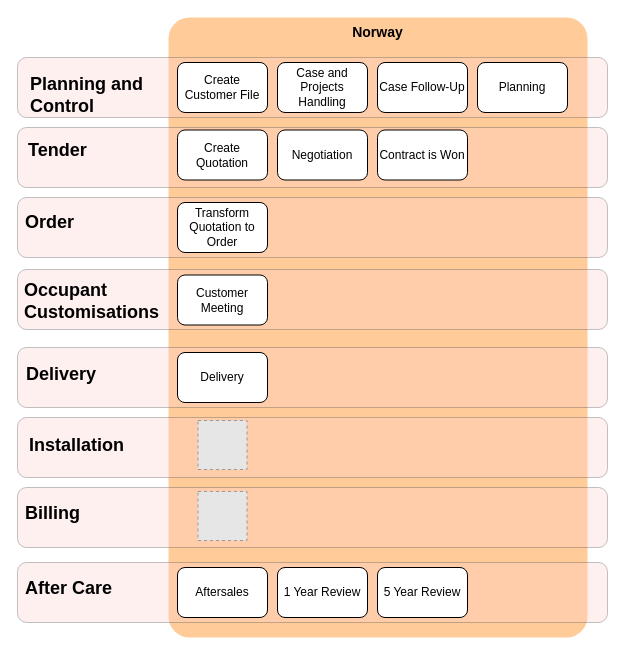
The draw.io diagram page "Project Norway" (5 of 10) of Commercial Model.drawio in mrf742002/Diagrams, before the edit. Source tidied: cells renumbered, new cells numbered last; positions are measured from the earlier drawing's top-left corner, leaving out a move shared by most shapes. Both pictures are drawn from the tidied source at 100%, with x=0, y=0 at pixel (17, 17). Pictures stored in the file or linked from it are replaced by grey dashed boxes.
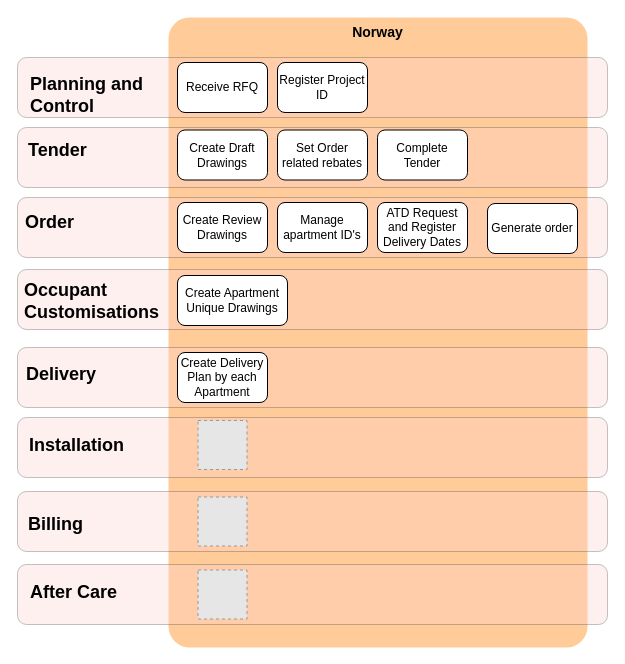
The same page after the edit.

What changed in the source:
```diff
@@
-    <mxCell id="0" />
-    <mxCell id="1" parent="0" />
+    <mxCell id="34" />
+    <mxCell id="35" parent="34" />
-    <mxCell id="2" value="&lt;font style=&quot;font-size: 14px&quot;&gt;Norway&lt;/font&gt;" style="rounded=1;whiteSpace=wrap;html=1;fillColor=#ffcc99;strokeColor=none;verticalAlign=top;fontStyle=1;arcSize=5;" parent="1" vertex="1">
-      <mxGeometry x="151" width="419" height="620" as="geometry" />
+    <mxCell id="2" value="&lt;font style=&quot;font-size: 14px&quot;&gt;Norway&lt;/font&gt;" style="rounded=1;whiteSpace=wrap;html=1;fillColor=#ffcc99;strokeColor=none;verticalAlign=top;fontStyle=1;arcSize=5;" parent="35" vertex="1">
+      <mxGeometry x="151" width="419" height="630" as="geometry" />
     </mxCell>
-    <mxCell id="3" style="rounded=1;whiteSpace=wrap;html=1;align=left;fillColor=#ffcccc;strokeColor=#36393d;opacity=30;fontStyle=1;" parent="1" vertex="1">
-      <mxGeometry y="545" width="590" height="60" as="geometry" />
-    </mxCell>
+    <mxCell id="36" style="rounded=1;whiteSpace=wrap;html=1;align=left;fillColor=#ffcccc;strokeColor=#36393d;opacity=30;fontStyle=1;" parent="35" vertex="1">
+      <mxGeometry y="547" width="590" height="60" as="geometry" />
+    </mxCell>
-    <mxCell id="4" style="rounded=1;whiteSpace=wrap;html=1;align=left;fillColor=#ffcccc;strokeColor=#36393d;opacity=30;fontStyle=1;" parent="1" vertex="1">
+    <mxCell id="4" style="rounded=1;whiteSpace=wrap;html=1;align=left;fillColor=#ffcccc;strokeColor=#36393d;opacity=30;fontStyle=1;" parent="35" vertex="1">
       <mxGeometry y="180" width="590" height="60" as="geometry" />
     </mxCell>
-    <mxCell id="5" style="rounded=1;whiteSpace=wrap;html=1;align=left;fillColor=#ffcccc;strokeColor=#36393d;opacity=30;fontStyle=1;" parent="1" vertex="1">
+    <mxCell id="5" style="rounded=1;whiteSpace=wrap;html=1;align=left;fillColor=#ffcccc;strokeColor=#36393d;opacity=30;fontStyle=1;" parent="35" vertex="1">
       <mxGeometry y="40" width="590" height="60" as="geometry" />
     </mxCell>
-    <mxCell id="6" value="&lt;span style=&quot;font-size: 18px&quot;&gt;Planning and&amp;nbsp;&lt;br&gt;Control&lt;br&gt;&lt;/span&gt;" style="text;html=1;align=left;verticalAlign=top;spacingTop=-4;fontStyle=1;" parent="1" vertex="1">
+    <mxCell id="6" value="&lt;span style=&quot;font-size: 18px&quot;&gt;Planning and&amp;nbsp;&lt;br&gt;Control&lt;br&gt;&lt;/span&gt;" style="text;html=1;align=left;verticalAlign=top;spacingTop=-4;fontStyle=1;" parent="35" vertex="1">
       <mxGeometry x="11" y="54" width="130" height="30" as="geometry" />
     </mxCell>
-    <mxCell id="7" style="rounded=1;whiteSpace=wrap;html=1;align=left;fillColor=#ffcccc;strokeColor=#36393d;opacity=30;fontStyle=1;" parent="1" vertex="1">
+    <mxCell id="7" style="rounded=1;whiteSpace=wrap;html=1;align=left;fillColor=#ffcccc;strokeColor=#36393d;opacity=30;fontStyle=1;" parent="35" vertex="1">
       <mxGeometry y="110" width="590" height="60" as="geometry" />
     </mxCell>
-    <mxCell id="8" value="&lt;span style=&quot;font-size: 18px&quot;&gt;Tender&lt;/span&gt;" style="text;html=1;align=left;verticalAlign=top;spacingTop=-4;fontStyle=1;" parent="1" vertex="1">
+    <mxCell id="8" value="&lt;span style=&quot;font-size: 18px&quot;&gt;Tender&lt;/span&gt;" style="text;html=1;align=left;verticalAlign=top;spacingTop=-4;fontStyle=1;" parent="35" vertex="1">
       <mxGeometry x="9" y="120" width="70" height="20" as="geometry" />
     </mxCell>
-    <mxCell id="9" style="rounded=1;whiteSpace=wrap;html=1;align=left;fillColor=#ffcccc;strokeColor=#36393d;opacity=30;fontStyle=1;" parent="1" vertex="1">
+    <mxCell id="9" style="rounded=1;whiteSpace=wrap;html=1;align=left;fillColor=#ffcccc;strokeColor=#36393d;opacity=30;fontStyle=1;" parent="35" vertex="1">
       <mxGeometry y="252" width="590" height="60" as="geometry" />
     </mxCell>
-    <mxCell id="10" value="&lt;span style=&quot;font-size: 18px&quot;&gt;Order&lt;/span&gt;" style="text;html=1;align=left;verticalAlign=top;spacingTop=-4;fontStyle=1;" parent="1" vertex="1">
+    <mxCell id="10" value="&lt;span style=&quot;font-size: 18px&quot;&gt;Order&lt;/span&gt;" style="text;html=1;align=left;verticalAlign=top;spacingTop=-4;fontStyle=1;" parent="35" vertex="1">
       <mxGeometry x="6" y="192" width="60" height="20" as="geometry" />
     </mxCell>
-    <mxCell id="11" value="&lt;span style=&quot;font-size: 18px&quot;&gt;Occupant&lt;br&gt;&lt;/span&gt;&lt;font style=&quot;font-size: 18px&quot;&gt;Customisations&lt;/font&gt;" style="text;html=1;align=left;verticalAlign=top;spacingTop=-4;fontStyle=1;" parent="1" vertex="1">
+    <mxCell id="11" value="&lt;span style=&quot;font-size: 18px&quot;&gt;Occupant&lt;br&gt;&lt;/span&gt;&lt;font style=&quot;font-size: 18px&quot;&gt;Customisations&lt;/font&gt;" style="text;html=1;align=left;verticalAlign=top;spacingTop=-4;fontStyle=1;" parent="35" vertex="1">
       <mxGeometry x="5" y="260" width="140" height="30" as="geometry" />
     </mxCell>
-    <mxCell id="12" style="rounded=1;whiteSpace=wrap;html=1;align=left;fillColor=#ffcccc;strokeColor=#36393d;opacity=30;fontStyle=1;" parent="1" vertex="1">
+    <mxCell id="12" style="rounded=1;whiteSpace=wrap;html=1;align=left;fillColor=#ffcccc;strokeColor=#36393d;opacity=30;fontStyle=1;" parent="35" vertex="1">
       <mxGeometry y="330" width="590" height="60" as="geometry" />
     </mxCell>
-    <mxCell id="13" value="&lt;span style=&quot;font-size: 18px&quot;&gt;Delivery&lt;/span&gt;" style="text;html=1;align=left;verticalAlign=top;spacingTop=-4;fontStyle=1;" parent="1" vertex="1">
+    <mxCell id="13" value="&lt;span style=&quot;font-size: 18px&quot;&gt;Delivery&lt;/span&gt;" style="text;html=1;align=left;verticalAlign=top;spacingTop=-4;fontStyle=1;" parent="35" vertex="1">
       <mxGeometry x="7" y="344" width="80" height="20" as="geometry" />
     </mxCell>
-    <mxCell id="14" style="rounded=1;whiteSpace=wrap;html=1;align=left;fillColor=#ffcccc;strokeColor=#36393d;opacity=30;fontStyle=1;" parent="1" vertex="1">
+    <mxCell id="14" style="rounded=1;whiteSpace=wrap;html=1;align=left;fillColor=#ffcccc;strokeColor=#36393d;opacity=30;fontStyle=1;" parent="35" vertex="1">
       <mxGeometry y="400" width="590" height="60" as="geometry" />
     </mxCell>
-    <mxCell id="15" value="&lt;span style=&quot;font-size: 18px&quot;&gt;Installation&lt;/span&gt;" style="text;html=1;align=left;verticalAlign=top;spacingTop=-4;fontStyle=1;" parent="1" vertex="1">
+    <mxCell id="15" value="&lt;span style=&quot;font-size: 18px&quot;&gt;Installation&lt;/span&gt;" style="text;html=1;align=left;verticalAlign=top;spacingTop=-4;fontStyle=1;" parent="35" vertex="1">
       <mxGeometry x="10" y="415" width="100" height="20" as="geometry" />
     </mxCell>
-    <mxCell id="16" value="&lt;span style=&quot;font-size: 18px&quot;&gt;After Care&lt;/span&gt;" style="text;html=1;align=left;verticalAlign=top;spacingTop=-4;fontStyle=1;" parent="1" vertex="1">
-      <mxGeometry x="6" y="558" width="100" height="20" as="geometry" />
+    <mxCell id="16" value="&lt;span style=&quot;font-size: 18px&quot;&gt;After Care&lt;/span&gt;" style="text;html=1;align=left;verticalAlign=top;spacingTop=-4;fontStyle=1;" parent="35" vertex="1">
+      <mxGeometry x="11" y="562" width="100" height="20" as="geometry" />
     </mxCell>
-    <mxCell id="17" value="Create Customer File" style="rounded=1;whiteSpace=wrap;html=1;" parent="1" vertex="1">
-      <mxGeometry x="160" y="45" width="90" height="50" as="geometry" />
-    </mxCell>
-    <mxCell id="18" value="Case and Projects Handling" style="rounded=1;whiteSpace=wrap;html=1;" parent="1" vertex="1">
-      <mxGeometry x="260" y="45" width="90" height="50" as="geometry" />
-    </mxCell>
-    <mxCell id="19" value="Case Follow-Up" style="rounded=1;whiteSpace=wrap;html=1;" parent="1" vertex="1">
-      <mxGeometry x="360" y="45" width="90" height="50" as="geometry" />
-    </mxCell>
-    <mxCell id="20" value="Planning" style="rounded=1;whiteSpace=wrap;html=1;" parent="1" vertex="1">
-      <mxGeometry x="460" y="45" width="90" height="50" as="geometry" />
-    </mxCell>
-    <mxCell id="21" value="Create Quotation" style="rounded=1;whiteSpace=wrap;html=1;" parent="1" vertex="1">
-      <mxGeometry x="160" y="112.5" width="90" height="50" as="geometry" />
-    </mxCell>
-    <mxCell id="22" value="Negotiation" style="rounded=1;whiteSpace=wrap;html=1;" parent="1" vertex="1">
-      <mxGeometry x="260" y="112.5" width="90" height="50" as="geometry" />
-    </mxCell>
-    <mxCell id="23" value="Contract is Won" style="rounded=1;whiteSpace=wrap;html=1;" parent="1" vertex="1">
-      <mxGeometry x="360" y="112.5" width="90" height="50" as="geometry" />
-    </mxCell>
-    <mxCell id="24" value="Transform Quotation to Order" style="rounded=1;whiteSpace=wrap;html=1;" parent="1" vertex="1">
-      <mxGeometry x="160" y="185" width="90" height="50" as="geometry" />
-    </mxCell>
-    <mxCell id="25" value="Customer Meeting" style="rounded=1;whiteSpace=wrap;html=1;" parent="1" vertex="1">
-      <mxGeometry x="160" y="257.5" width="90" height="50" as="geometry" />
-    </mxCell>
-    <mxCell id="26" value="Delivery" style="rounded=1;whiteSpace=wrap;html=1;" parent="1" vertex="1">
-      <mxGeometry x="160" y="335" width="90" height="50" as="geometry" />
-    </mxCell>
+    <mxCell id="37" value="Receive RFQ" style="rounded=1;whiteSpace=wrap;html=1;" parent="35" vertex="1">
+      <mxGeometry x="160" y="45" width="90" height="50" as="geometry" />
+    </mxCell>
+    <mxCell id="38" value="Register Project ID" style="rounded=1;whiteSpace=wrap;html=1;" parent="35" vertex="1">
+      <mxGeometry x="260" y="45" width="90" height="50" as="geometry" />
+    </mxCell>
+    <mxCell id="39" value="Create Draft Drawings" style="rounded=1;whiteSpace=wrap;html=1;" parent="35" vertex="1">
+      <mxGeometry x="160" y="112.5" width="90" height="50" as="geometry" />
+    </mxCell>
+    <mxCell id="40" value="Set Order related rebates" style="rounded=1;whiteSpace=wrap;html=1;" parent="35" vertex="1">
+      <mxGeometry x="260" y="112.5" width="90" height="50" as="geometry" />
+    </mxCell>
+    <mxCell id="41" value="Complete Tender" style="rounded=1;whiteSpace=wrap;html=1;" parent="35" vertex="1">
+      <mxGeometry x="360" y="112.5" width="90" height="50" as="geometry" />
+    </mxCell>
+    <mxCell id="42" value="Create Review Drawings" style="rounded=1;whiteSpace=wrap;html=1;" parent="35" vertex="1">
+      <mxGeometry x="160" y="185" width="90" height="50" as="geometry" />
+    </mxCell>
+    <mxCell id="43" value="Create Delivery Plan by each Apartment" style="rounded=1;whiteSpace=wrap;html=1;" parent="35" vertex="1">
+      <mxGeometry x="160" y="335" width="90" height="50" as="geometry" />
+    </mxCell>
-    <mxCell id="27" style="fillColor=#E6E6E6;strokeColor=#999999;dashed=1;html=1;verticalAlign=top;verticalLabelPosition=bottom;labelBackgroundColor=#ffffff;align=left;" parent="1" vertex="1">
+    <mxCell id="27" style="fillColor=#E6E6E6;strokeColor=#999999;dashed=1;html=1;verticalAlign=top;verticalLabelPosition=bottom;labelBackgroundColor=#ffffff;align=left;" parent="35" vertex="1">
       <mxGeometry x="180.5" y="403" width="49" height="49" as="geometry" />
     </mxCell>
-    <mxCell id="28" value="Aftersales" style="rounded=1;whiteSpace=wrap;html=1;" parent="1" vertex="1">
-      <mxGeometry x="160" y="550" width="90" height="50" as="geometry" />
-    </mxCell>
-    <mxCell id="29" value="1 Year Review" style="rounded=1;whiteSpace=wrap;html=1;" parent="1" vertex="1">
-      <mxGeometry x="260" y="550" width="90" height="50" as="geometry" />
-    </mxCell>
-    <mxCell id="30" value="5 Year Review" style="rounded=1;whiteSpace=wrap;html=1;" parent="1" vertex="1">
-      <mxGeometry x="360" y="550" width="90" height="50" as="geometry" />
-    </mxCell>
-    <mxCell id="31" style="rounded=1;whiteSpace=wrap;html=1;align=left;fillColor=#ffcccc;strokeColor=#36393d;opacity=30;fontStyle=1;" parent="1" vertex="1">
-      <mxGeometry y="470" width="590" height="60" as="geometry" />
-    </mxCell>
+    <mxCell id="44" value="Manage apartment ID's" style="rounded=1;whiteSpace=wrap;html=1;" parent="35" vertex="1">
+      <mxGeometry x="260" y="185" width="90" height="50" as="geometry" />
+    </mxCell>
+    <mxCell id="45" value="Create Apartment Unique Drawings" style="rounded=1;whiteSpace=wrap;html=1;" parent="35" vertex="1">
+      <mxGeometry x="160" y="258" width="110" height="50" as="geometry" />
+    </mxCell>
+    <mxCell id="46" value="ATD Request and Register Delivery Dates" style="rounded=1;whiteSpace=wrap;html=1;" parent="35" vertex="1">
+      <mxGeometry x="360" y="185" width="90" height="50" as="geometry" />
+    </mxCell>
+    <mxCell id="47" value="Generate order" style="rounded=1;whiteSpace=wrap;html=1;" parent="35" vertex="1">
+      <mxGeometry x="470" y="186" width="90" height="50" as="geometry" />
+    </mxCell>
+    <mxCell id="48" style="fillColor=#E6E6E6;strokeColor=#999999;dashed=1;html=1;verticalAlign=top;verticalLabelPosition=bottom;labelBackgroundColor=#ffffff;align=left;" parent="35" vertex="1">
+      <mxGeometry x="180.5" y="552.5" width="49" height="49" as="geometry" />
+    </mxCell>
+    <mxCell id="49" style="rounded=1;whiteSpace=wrap;html=1;align=left;fillColor=#ffcccc;strokeColor=#36393d;opacity=30;fontStyle=1;" parent="35" vertex="1">
+      <mxGeometry y="474" width="590" height="60" as="geometry" />
+    </mxCell>
+    <mxCell id="50" style="fillColor=#E6E6E6;strokeColor=#999999;dashed=1;html=1;verticalAlign=top;verticalLabelPosition=bottom;labelBackgroundColor=#ffffff;align=left;" parent="35" vertex="1">
+      <mxGeometry x="180.5" y="479.5" width="49" height="49" as="geometry" />
+    </mxCell>
-    <mxCell id="32" value="&lt;span style=&quot;font-size: 18px&quot;&gt;Billing&lt;/span&gt;" style="text;html=1;align=left;verticalAlign=top;spacingTop=-4;fontStyle=1;" parent="1" vertex="1">
-      <mxGeometry x="6" y="483" width="60" height="20" as="geometry" />
+    <mxCell id="32" value="&lt;span style=&quot;font-size: 18px&quot;&gt;Billing&lt;/span&gt;" style="text;html=1;align=left;verticalAlign=top;spacingTop=-4;fontStyle=1;" parent="35" vertex="1">
+      <mxGeometry x="9" y="494" width="60" height="20" as="geometry" />
     </mxCell>
-    <mxCell id="33" style="fillColor=#E6E6E6;strokeColor=#999999;dashed=1;html=1;verticalAlign=top;verticalLabelPosition=bottom;labelBackgroundColor=#ffffff;align=left;" parent="1" vertex="1">
-      <mxGeometry x="180.5" y="474" width="49" height="49" as="geometry" />
-    </mxCell>
```
